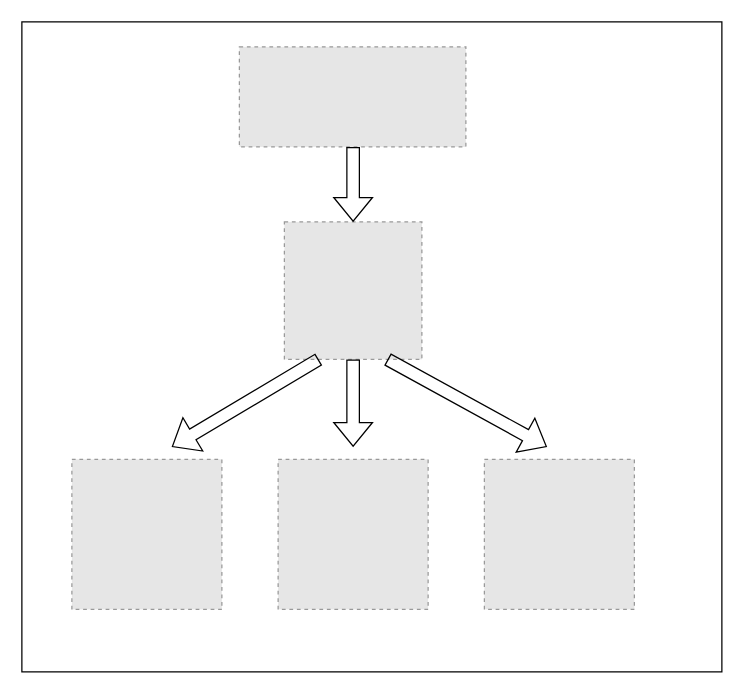
Before: kube-scheduler.drawio in YanshanSong/draw.io, a draw.io diagram. Source tidied: cells renumbered, new cells numbered last; positions are measured from the earlier drawing's top-left corner, leaving out a move shared by most shapes. Both pictures are drawn from the tidied source at 125%, with x=0, y=0 at pixel (21, 21). Pictures stored in the file or linked from it are replaced by grey dashed boxes.
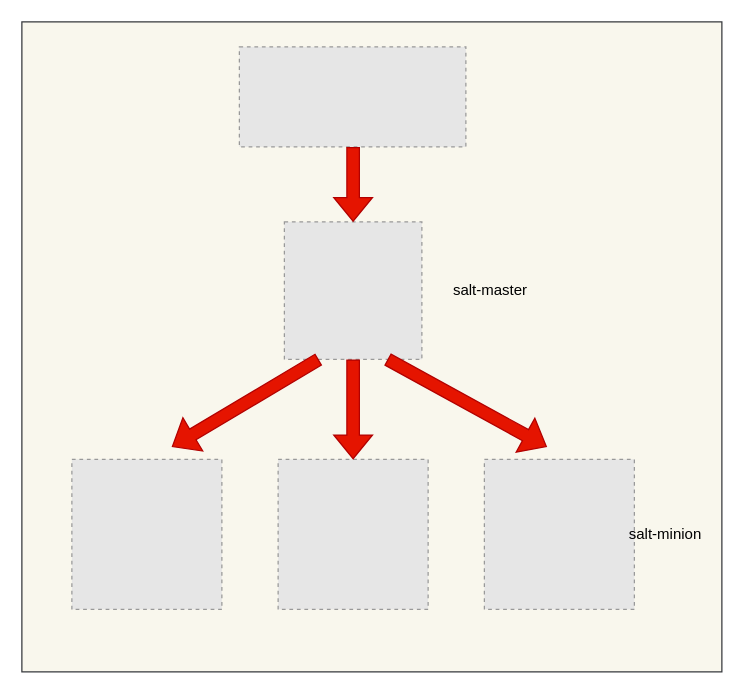
After the change.

The edit, as a diff of the source:
```diff
@@
 <mxGraphModel>
   <root>
     <mxCell id="0" />
     <mxCell id="1" parent="0" />
-    <mxCell id="2" style="rounded=0;whiteSpace=wrap;html=1;" parent="1" vertex="1">
+    <mxCell id="2" style="rounded=0;whiteSpace=wrap;html=1;fillColor=#f9f7ed;strokeColor=#36393d;" parent="1" vertex="1">
       <mxGeometry width="560" height="520" as="geometry" />
     </mxCell>
     <mxCell id="3" style="fillColor=#E6E6E6;strokeColor=#999999;dashed=1;verticalLabelPosition=bottom;labelBackgroundColor=default;verticalAlign=top;" parent="1" vertex="1">
       <mxGeometry x="174" y="20" width="181.2" height="80" as="geometry" />
     </mxCell>
     <mxCell id="4" style="fillColor=#E6E6E6;strokeColor=#999999;dashed=1;verticalLabelPosition=bottom;labelBackgroundColor=default;verticalAlign=top;" parent="1" vertex="1">
       <mxGeometry x="210" y="160" width="110" height="110" as="geometry" />
     </mxCell>
     <mxCell id="5" style="fillColor=#E6E6E6;strokeColor=#999999;dashed=1;verticalLabelPosition=bottom;labelBackgroundColor=default;verticalAlign=top;" parent="1" vertex="1">
       <mxGeometry x="205" y="350" width="120" height="120" as="geometry" />
     </mxCell>
     <mxCell id="6" style="fillColor=#E6E6E6;strokeColor=#999999;dashed=1;verticalLabelPosition=bottom;labelBackgroundColor=default;verticalAlign=top;" parent="1" vertex="1">
       <mxGeometry x="40" y="350" width="120" height="120" as="geometry" />
     </mxCell>
     <mxCell id="7" style="fillColor=#E6E6E6;strokeColor=#999999;dashed=1;verticalLabelPosition=bottom;labelBackgroundColor=default;verticalAlign=top;" parent="1" vertex="1">
       <mxGeometry x="370" y="350" width="120" height="120" as="geometry" />
     </mxCell>
-    <mxCell id="8" style="shape=flexArrow;endArrow=classic;html=1;rounded=0;" parent="1" edge="1" target="4">
+    <mxCell id="8" style="shape=flexArrow;endArrow=classic;html=1;rounded=0;fillColor=#e51400;strokeColor=#B20000;" parent="1" edge="1">
       <mxGeometry relative="1" as="geometry">
         <mxPoint x="265" y="100" as="sourcePoint" />
+        <mxPoint x="265" y="160" as="targetPoint" />
       </mxGeometry>
     </mxCell>
-    <mxCell id="9" style="shape=flexArrow;endArrow=classic;html=1;rounded=0;exitX=0.25;exitY=1;exitDx=0;exitDy=0;" parent="1" edge="1" source="4">
+    <mxCell id="9" style="shape=flexArrow;endArrow=classic;html=1;rounded=0;exitX=0.25;exitY=1;exitDx=0;exitDy=0;fillColor=#e51400;strokeColor=#B20000;" parent="1" edge="1" source="4">
       <mxGeometry relative="1" as="geometry">
         <mxPoint x="120" y="340" as="targetPoint" />
       </mxGeometry>
     </mxCell>
-    <mxCell id="10" style="shape=flexArrow;endArrow=classic;html=1;rounded=0;exitX=0.75;exitY=1;exitDx=0;exitDy=0;" parent="1" edge="1" source="4">
+    <mxCell id="10" style="shape=flexArrow;endArrow=classic;html=1;rounded=0;exitX=0.75;exitY=1;exitDx=0;exitDy=0;fillColor=#e51400;strokeColor=#B20000;" parent="1" edge="1" source="4">
       <mxGeometry relative="1" as="geometry">
         <mxPoint x="420" y="340" as="targetPoint" />
       </mxGeometry>
     </mxCell>
-    <mxCell id="11" style="shape=flexArrow;endArrow=classic;html=1;rounded=0;exitX=0.5;exitY=1;exitDx=0;exitDy=0;" parent="1" edge="1" source="4">
-      <mxGeometry relative="1" as="geometry">
-        <mxPoint x="265" y="340" as="targetPoint" />
-      </mxGeometry>
+    <mxCell id="11" style="shape=flexArrow;endArrow=classic;html=1;rounded=0;exitX=0.5;exitY=1;exitDx=0;exitDy=0;entryX=0.5;entryY=0;entryDx=0;entryDy=0;fillColor=#e51400;strokeColor=#B20000;" parent="1" edge="1" source="4" target="5">
+      <mxGeometry relative="1" as="geometry" />
     </mxCell>
+    <mxCell id="12" value="salt-master" style="text;html=1;strokeColor=none;fillColor=none;align=center;verticalAlign=middle;whiteSpace=wrap;rounded=0;" parent="1" vertex="1">
+      <mxGeometry x="340" y="200" width="70" height="30" as="geometry" />
+    </mxCell>
+    <mxCell id="13" value="salt-minion" style="text;html=1;strokeColor=none;fillColor=none;align=center;verticalAlign=middle;whiteSpace=wrap;rounded=0;" parent="1" vertex="1">
+      <mxGeometry x="480" y="395" width="70" height="30" as="geometry" />
+    </mxCell>
   </root>
 </mxGraphModel>
```
